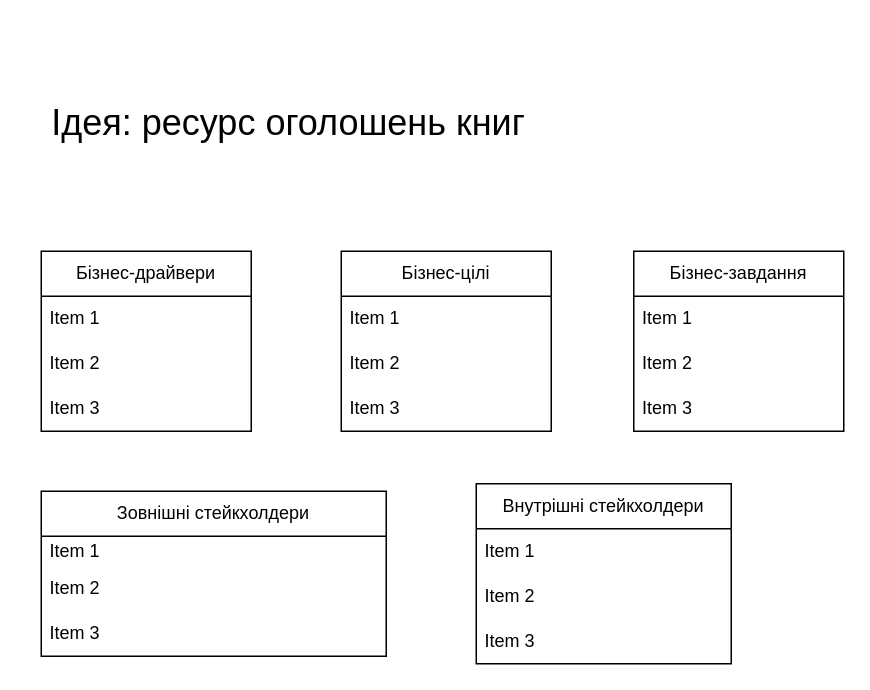
Before: drawio/Untitled Diagram.drawio in AnnaBozhenko/UniversityProjects, a draw.io diagram. Source tidied: cells renumbered, new cells numbered last; positions are measured from the earlier drawing's top-left corner, leaving out a move shared by most shapes. Both pictures are drawn from the tidied source at 150%, with x=0, y=0 at pixel (26, 26).
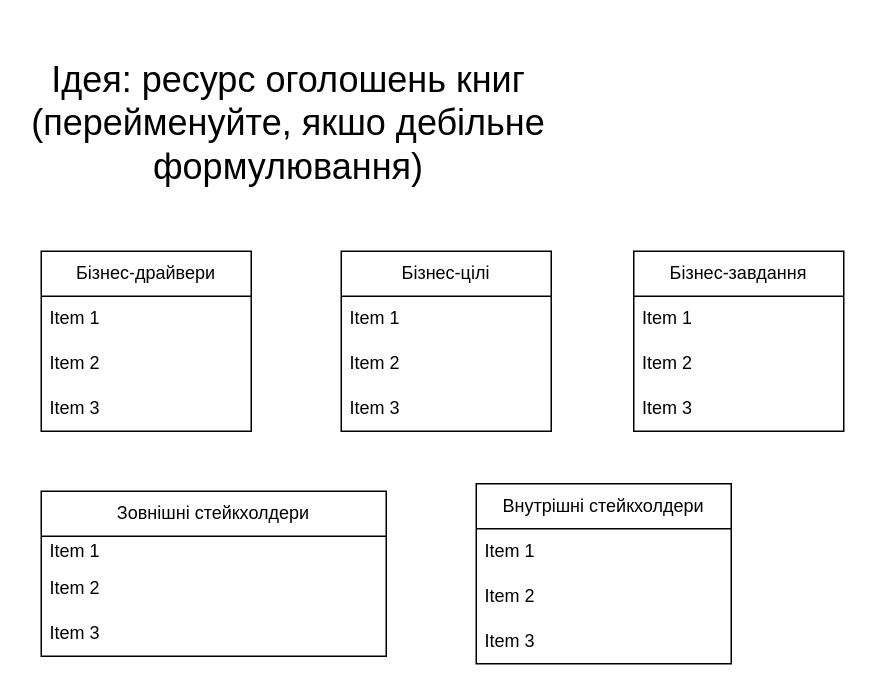
The same diagram, later.

What changed in the source:
```diff
@@
-    <mxCell id="2" value="&lt;font style=&quot;font-size: 24px;&quot;&gt;Ідея: ресурс оголошень книг&lt;/font&gt;" style="text;html=1;strokeColor=none;fillColor=none;align=center;verticalAlign=middle;whiteSpace=wrap;rounded=0;" parent="1" vertex="1">
+    <mxCell id="2" value="&lt;font style=&quot;font-size: 24px;&quot;&gt;Ідея: ресурс оголошень книг (перейменуйте, якшо дебільне формулювання)&lt;/font&gt;" style="text;html=1;strokeColor=none;fillColor=none;align=center;verticalAlign=middle;whiteSpace=wrap;rounded=0;" parent="1" vertex="1">
       <mxGeometry width="350" height="130" as="geometry" />
     </mxCell>
```
